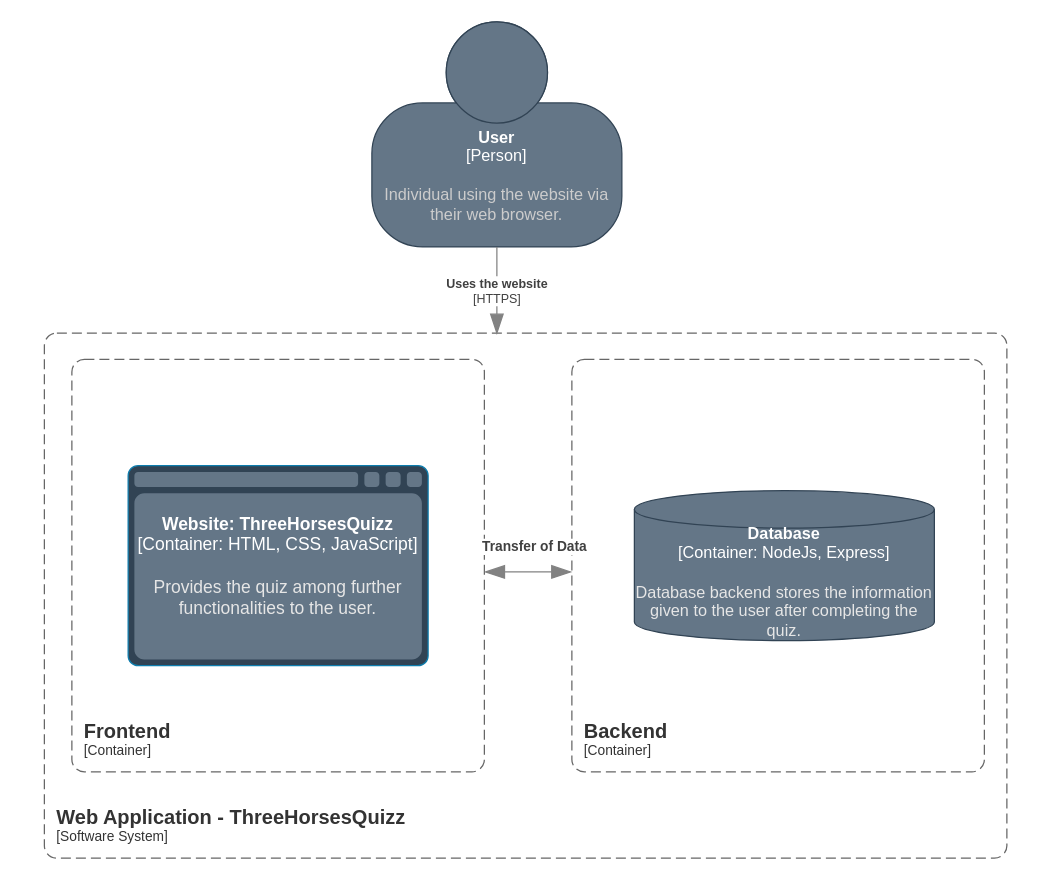
Above: Untitled Diagram.drawio in MeretAva/Project-JavaAndWebDev (draw.io), before the change. Source tidied: cells renumbered, new cells numbered last; positions are measured from the earlier drawing's top-left corner, leaving out a move shared by most shapes. Both pictures are drawn from the tidied source at 125%, with x=0, y=0 at pixel (44, 21).
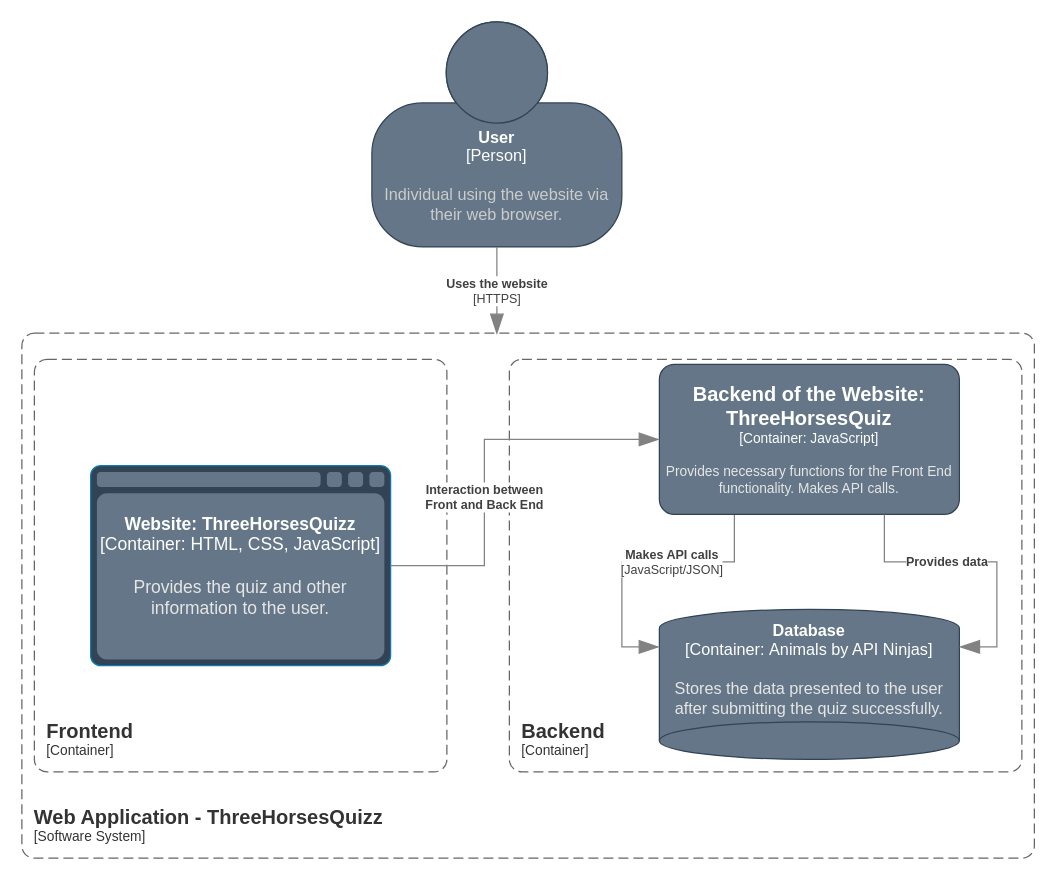
After the change.

Commit message:
Updated Architecture Diagarm

Change to the diagram source:
```diff
@@
-    <object id="3" label="&lt;font style=&quot;font-size: 13px;&quot;&gt;&lt;b style=&quot;font-size: 13px;&quot;&gt;%c4Name%&lt;/b&gt;&lt;/font&gt;&lt;div style=&quot;font-size: 13px;&quot;&gt;[%c4Type%:&amp;nbsp;%c4Technology%]&lt;/div&gt;&lt;br style=&quot;font-size: 13px;&quot;&gt;&lt;div style=&quot;font-size: 13px;&quot;&gt;&lt;font style=&quot;font-size: 13px;&quot;&gt;&lt;font color=&quot;#E6E6E6&quot; style=&quot;font-size: 13px;&quot;&gt;%c4Description%&lt;/font&gt;&lt;/font&gt;&lt;/div&gt;" c4Description="Database backend stores the information given to the user after completing the quiz." c4Name="Database" c4Technology="NodeJs, Express" c4Type="Container" placeholders="1">
-      <mxCell style="shape=cylinder3;size=15;whiteSpace=wrap;html=1;boundedLbl=1;rounded=0;labelBackgroundColor=none;fillColor=#647687;fontSize=13;fontColor=#ffffff;align=center;strokeColor=#314354;points=[[0.5,0,0],[1,0.25,0],[1,0.5,0],[1,0.75,0],[0.5,1,0],[0,0.75,0],[0,0.5,0],[0,0.25,0]];" parent="1" vertex="1">
-        <mxGeometry x="472" y="375" width="240" height="120" as="geometry" />
+    <object id="3" label="&lt;font style=&quot;font-size: 13px;&quot;&gt;&lt;b style=&quot;font-size: 13px;&quot;&gt;%c4Name%&lt;/b&gt;&lt;/font&gt;&lt;div style=&quot;font-size: 13px;&quot;&gt;[%c4Type%:&amp;nbsp;%c4Technology%]&lt;/div&gt;&lt;br style=&quot;font-size: 13px;&quot;&gt;&lt;div style=&quot;font-size: 13px;&quot;&gt;&lt;font style=&quot;font-size: 13px;&quot;&gt;&lt;font color=&quot;#E6E6E6&quot; style=&quot;font-size: 13px;&quot;&gt;%c4Description%&lt;/font&gt;&lt;/font&gt;&lt;/div&gt;" c4Description="Stores the data presented to the user after submitting the quiz successfully." c4Name="Database" c4Technology="Animals by API Ninjas" c4Type="Container" placeholders="1">
+      <mxCell style="shape=cylinder3;size=15;whiteSpace=wrap;html=1;boundedLbl=1;rounded=0;labelBackgroundColor=none;fillColor=#647687;fontSize=13;fontColor=#ffffff;align=center;strokeColor=#314354;points=[[0.5,0,0],[1,0.25,0],[1,0.5,0],[1,0.75,0],[0.5,1,0],[0,0.75,0],[0,0.5,0],[0,0.25,0]];direction=west;" parent="1" vertex="1">
+        <mxGeometry x="492" y="470" width="240" height="120" as="geometry" />
       </mxCell>
     </object>
-    <object id="4" label="&lt;font style=&quot;font-size: 14px;&quot;&gt;&lt;b style=&quot;font-size: 14px;&quot;&gt;%c4Name%&lt;/b&gt;&lt;/font&gt;&lt;div style=&quot;font-size: 14px;&quot;&gt;[%c4Type%:&amp;nbsp;%c4Technology%]&lt;/div&gt;&lt;br style=&quot;font-size: 14px;&quot;&gt;&lt;div style=&quot;font-size: 14px;&quot;&gt;&lt;font style=&quot;font-size: 14px;&quot;&gt;&lt;font style=&quot;font-size: 14px;&quot; color=&quot;#E6E6E6&quot;&gt;%c4Description%&lt;/font&gt;&lt;/font&gt;&lt;/div&gt;" c4Description="Provides the quiz among further functionalities to the user." c4Name="Website: ThreeHorsesQuizz" c4Technology="HTML, CSS, JavaScript" c4Type="Container" placeholders="1">
+    <object id="4" label="&lt;font style=&quot;font-size: 14px;&quot;&gt;&lt;b style=&quot;font-size: 14px;&quot;&gt;%c4Name%&lt;/b&gt;&lt;/font&gt;&lt;div style=&quot;font-size: 14px;&quot;&gt;[%c4Type%:&amp;nbsp;%c4Technology%]&lt;/div&gt;&lt;br style=&quot;font-size: 14px;&quot;&gt;&lt;div style=&quot;font-size: 14px;&quot;&gt;&lt;font style=&quot;font-size: 14px;&quot;&gt;&lt;font style=&quot;font-size: 14px;&quot; color=&quot;#E6E6E6&quot;&gt;%c4Description%&lt;/font&gt;&lt;/font&gt;&lt;/div&gt;" c4Description="Provides the quiz and other information to the user." c4Name="Website: ThreeHorsesQuizz" c4Technology="HTML, CSS, JavaScript" c4Type="Container" placeholders="1">
       <mxCell style="shape=mxgraph.c4.webBrowserContainer2;whiteSpace=wrap;html=1;boundedLbl=1;rounded=0;labelBackgroundColor=none;strokeColor2=#0E7DAD;fontSize=14;align=center;points=[[0.5,0,0],[1,0.25,0],[1,0.5,0],[1,0.75,0],[0.5,1,0],[0,0.75,0],[0,0.5,0],[0,0.25,0]];fillColor=#647687;strokeColor=#314354;fontColor=#ffffff;" parent="1" vertex="1">
-        <mxGeometry x="67" y="355" width="240" height="160" as="geometry" />
+        <mxGeometry x="37" y="355" width="240" height="160" as="geometry" />
       </mxCell>
     </object>
     <object id="5" label="&lt;font style=&quot;font-size: 16px&quot;&gt;&lt;b&gt;&lt;div style=&quot;text-align: left&quot;&gt;%c4Name%&lt;/div&gt;&lt;/b&gt;&lt;/font&gt;&lt;div style=&quot;text-align: left&quot;&gt;[%c4Application%]&lt;/div&gt;" c4Application="Container" c4Name="Backend" placeholders="1">
       <mxCell style="rounded=1;fontSize=11;whiteSpace=wrap;html=1;dashed=1;arcSize=20;fillColor=none;strokeColor=#666666;fontColor=#333333;labelBackgroundColor=none;align=left;verticalAlign=bottom;labelBorderColor=none;spacingTop=0;spacing=10;dashPattern=8 4;perimeter=rectanglePerimeter;noLabel=0;labelPadding=0;absoluteArcSize=1;" parent="1" vertex="1">
-        <mxGeometry x="422" y="270" width="330" height="330" as="geometry" />
+        <mxGeometry x="372" y="270" width="410" height="330" as="geometry" />
       </mxCell>
     </object>
     <object id="6" label="&lt;font style=&quot;font-size: 16px&quot;&gt;&lt;b&gt;&lt;div style=&quot;text-align: left&quot;&gt;%c4Name%&lt;/div&gt;&lt;/b&gt;&lt;/font&gt;&lt;div style=&quot;text-align: left&quot;&gt;[%c4Application%]&lt;/div&gt;" c4Application="Software System" c4Name="Web Application - ThreeHorsesQuizz" placeholders="1">
       <mxCell style="rounded=1;fontSize=11;whiteSpace=wrap;html=1;dashed=1;arcSize=20;fillColor=none;strokeColor=#666666;fontColor=#333333;labelBackgroundColor=none;align=left;verticalAlign=bottom;labelBorderColor=none;spacingTop=0;spacing=10;dashPattern=8 4;perimeter=rectanglePerimeter;noLabel=0;labelPadding=0;absoluteArcSize=1;" parent="1" vertex="1">
-        <mxGeometry y="249" width="770" height="420" as="geometry" />
+        <mxGeometry x="-18" y="249" width="810" height="420" as="geometry" />
       </mxCell>
     </object>
     <object id="7" label="&lt;font style=&quot;font-size: 16px&quot;&gt;&lt;b&gt;&lt;div style=&quot;text-align: left&quot;&gt;%c4Name%&lt;/div&gt;&lt;/b&gt;&lt;/font&gt;&lt;div style=&quot;text-align: left&quot;&gt;[%c4Application%]&lt;/div&gt;" c4Application="Container" c4Name="Frontend" placeholders="1">
       <mxCell style="rounded=1;fontSize=11;whiteSpace=wrap;html=1;dashed=1;arcSize=20;fillColor=none;strokeColor=#666666;fontColor=#333333;labelBackgroundColor=none;align=left;verticalAlign=bottom;labelBorderColor=none;spacingTop=0;spacing=10;dashPattern=8 4;perimeter=rectanglePerimeter;noLabel=0;labelPadding=0;absoluteArcSize=1;" parent="1" vertex="1">
-        <mxGeometry x="22" y="270" width="330" height="330" as="geometry" />
+        <mxGeometry x="-8" y="270" width="330" height="330" as="geometry" />
       </mxCell>
     </object>
@@
-    <object id="9" label="&lt;div style=&quot;text-align: left; font-size: 11px;&quot;&gt;&lt;div style=&quot;text-align: center; font-size: 11px;&quot;&gt;&lt;b style=&quot;font-size: 11px;&quot;&gt;%c4Description%&lt;/b&gt;&lt;/div&gt;&lt;/div&gt;" c4Description="Transfer of Data" placeholders="1">
-      <mxCell style="endArrow=blockThin;html=1;fontSize=11;fontColor=#404040;strokeWidth=1;endFill=1;strokeColor=#828282;elbow=vertical;endSize=14;startSize=14;jumpStyle=arc;jumpSize=16;rounded=0;edgeStyle=orthogonalEdgeStyle;startArrow=blockThin;startFill=1;" parent="1" edge="1">
-        <mxGeometry x="0.14" y="20" relative="1" as="geometry">
-          <mxPoint x="352" y="440" as="sourcePoint" />
-          <mxPoint x="422" y="440" as="targetPoint" />
-        </mxGeometry>
-      </mxCell>
-    </object>
+    <object id="10" label="&lt;div style=&quot;text-align: left&quot;&gt;&lt;div style=&quot;text-align: center&quot;&gt;&lt;b&gt;%c4Description%&lt;/b&gt;&lt;/div&gt;&lt;div style=&quot;text-align: center&quot;&gt;[%c4Technology%]&lt;/div&gt;&lt;/div&gt;" c4Description="Makes API calls" c4Technology="JavaScript/JSON" placeholders="1">
+      <mxCell style="endArrow=blockThin;html=1;fontSize=10;fontColor=#404040;strokeWidth=1;endFill=1;strokeColor=#828282;elbow=vertical;endSize=14;startSize=14;jumpStyle=arc;jumpSize=16;rounded=0;edgeStyle=orthogonalEdgeStyle;exitX=0.25;exitY=1;exitDx=0;exitDy=0;exitPerimeter=0;entryX=1;entryY=0.75;entryDx=0;entryDy=0;entryPerimeter=0;" parent="1" edge="1" source="11" target="3">
+        <mxGeometry x="-0.22" relative="1" as="geometry">
+          <Array as="points">
+            <mxPoint x="552" y="432" />
+            <mxPoint x="462" y="432" />
+            <mxPoint x="462" y="500" />
+          </Array>
+        </mxGeometry>
+      </mxCell>
+    </object>
+    <object id="11" label="&lt;font style=&quot;font-size: 16px&quot;&gt;&lt;b&gt;%c4Name%&lt;/b&gt;&lt;/font&gt;&lt;div&gt;[%c4Type%: %c4Technology%]&lt;/div&gt;&lt;br&gt;&lt;div&gt;&lt;font style=&quot;font-size: 11px&quot;&gt;&lt;font color=&quot;#E6E6E6&quot;&gt;%c4Description%&lt;/font&gt;&lt;/div&gt;" c4Description="Provides necessary functions for the Front End functionality. Makes API calls." c4Name="Backend of the Website: ThreeHorsesQuiz" c4Technology="JavaScript" c4Type="Container" placeholders="1">
+      <mxCell style="rounded=1;whiteSpace=wrap;html=1;fontSize=11;labelBackgroundColor=none;fillColor=#647687;fontColor=#ffffff;align=center;arcSize=10;strokeColor=#314354;points=[[0.25,0,0],[0.5,0,0],[0.75,0,0],[1,0.25,0],[1,0.5,0],[1,0.75,0],[0.75,1,0],[0.5,1,0],[0.25,1,0],[0,0.75,0],[0,0.5,0],[0,0.25,0]];" parent="1" vertex="1">
+        <mxGeometry x="492" y="274" width="240" height="120" as="geometry" />
+      </mxCell>
+    </object>
+    <object id="12" label="&lt;div style=&quot;text-align: left&quot;&gt;&lt;div style=&quot;text-align: center&quot;&gt;&lt;b&gt;%c4Description%&lt;/b&gt;&lt;/div&gt;" c4Description="Provides data" placeholders="1">
+      <mxCell style="endArrow=blockThin;html=1;fontSize=10;fontColor=#404040;strokeWidth=1;endFill=1;strokeColor=#828282;elbow=vertical;endSize=14;startSize=14;jumpStyle=arc;jumpSize=16;rounded=0;edgeStyle=orthogonalEdgeStyle;entryX=0;entryY=0.75;entryDx=0;entryDy=0;entryPerimeter=0;exitX=0.75;exitY=1;exitDx=0;exitDy=0;exitPerimeter=0;" parent="1" edge="1" source="11" target="3">
+        <mxGeometry x="-0.22" relative="1" as="geometry">
+          <Array as="points">
+            <mxPoint x="672" y="432" />
+            <mxPoint x="762" y="432" />
+            <mxPoint x="762" y="500" />
+          </Array>
+        </mxGeometry>
+      </mxCell>
+    </object>
+    <object id="13" label="&lt;div style=&quot;text-align: left&quot;&gt;&lt;div style=&quot;text-align: center&quot;&gt;&lt;b&gt;%c4Description%&lt;/b&gt;&lt;/div&gt;" c4Description="Interaction between &#10;Front and Back End" placeholders="1">
+      <mxCell style="endArrow=blockThin;html=1;fontSize=10;fontColor=#404040;strokeWidth=1;endFill=1;strokeColor=#828282;elbow=vertical;endSize=14;startSize=14;jumpStyle=arc;jumpSize=16;rounded=0;edgeStyle=orthogonalEdgeStyle;exitX=1;exitY=0.5;exitDx=0;exitDy=0;exitPerimeter=0;entryX=0;entryY=0.5;entryDx=0;entryDy=0;entryPerimeter=0;" parent="1" edge="1" source="4" target="11">
+        <mxGeometry x="-0.18" relative="1" as="geometry">
+          <Array as="points">
+            <mxPoint x="352" y="435" />
+            <mxPoint x="352" y="334" />
+          </Array>
+        </mxGeometry>
+      </mxCell>
+    </object>
```
